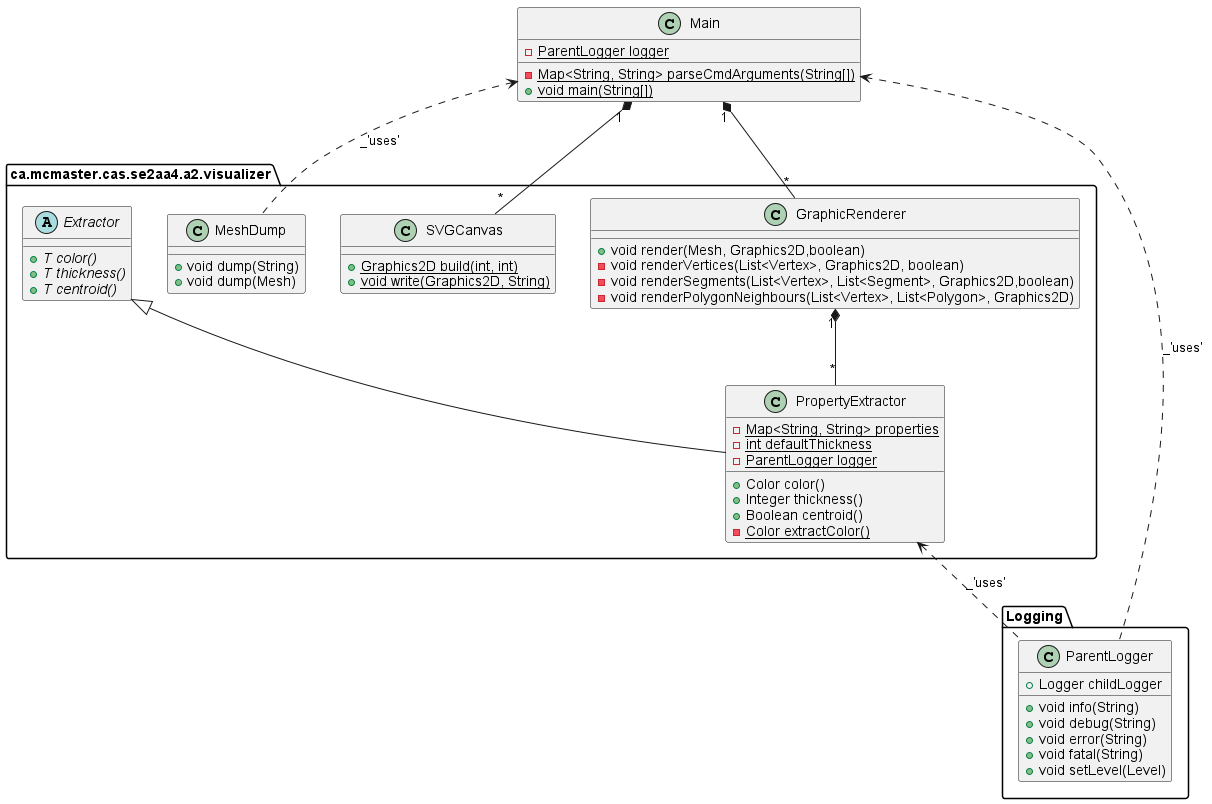
Earlier version of the PlantUML export visualizer/VisualizerUML.png (Ahren-Chen/MeshGenerator).
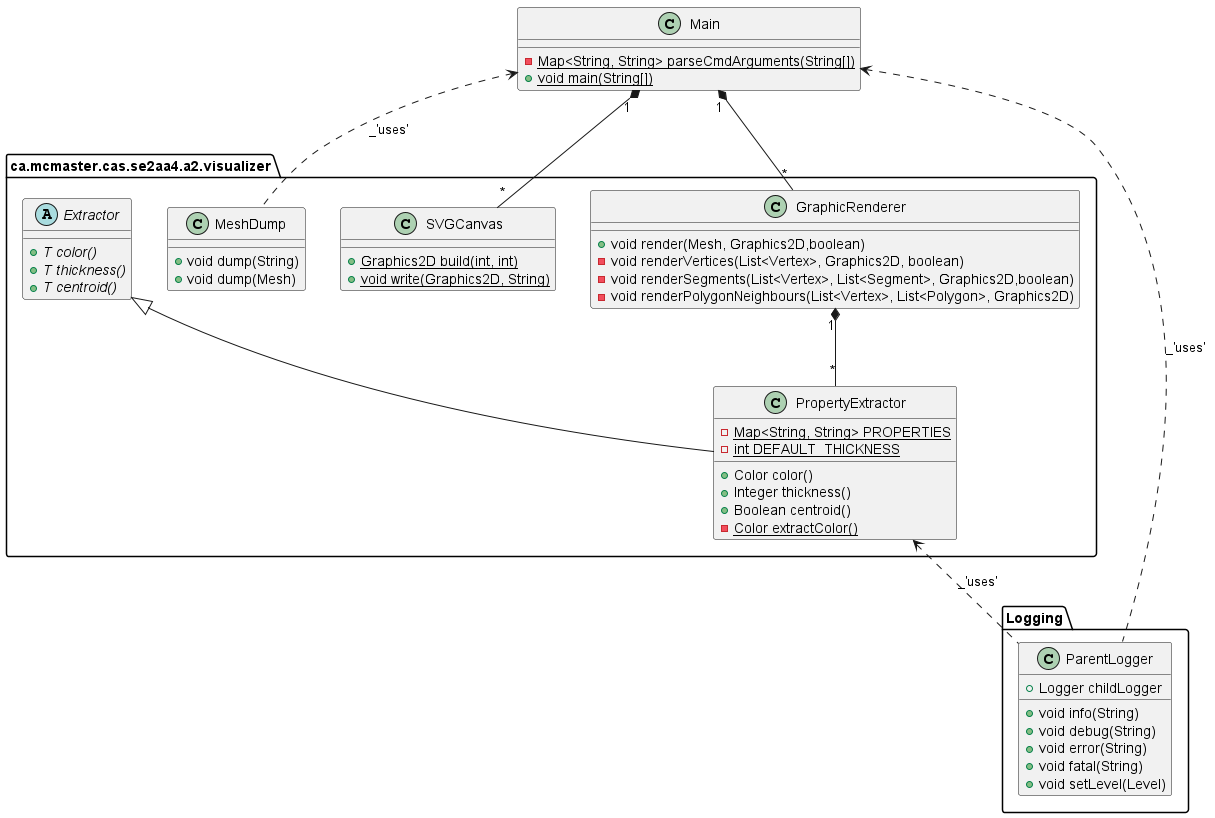
The same diagram one commit later.

Commit message:
Updated UML for include final variables

What changed in the source:
```diff
@@ -16,9 +16,8 @@
 + void setLevel(Level)
 }
 class ca.mcmaster.cas.se2aa4.a2.visualizer.PropertyExtractor {
-- {static} Map<String, String> properties
-- {static} int defaultThickness
-- {static} ParentLogger logger
+- {static} Map<String, String> PROPERTIES
+- {static} int DEFAULT_THICKNESS
 + Color color()
 + Integer thickness()
 + Boolean centroid()
@@ -31,7 +30,6 @@
 - void renderPolygonNeighbours(List<Vertex>, List<Polygon>, Graphics2D)
 }
 class Main {
-- {static} ParentLogger logger
 - {static} Map<String, String> parseCmdArguments(String[])
 + {static} void main(String[])
 }
```
